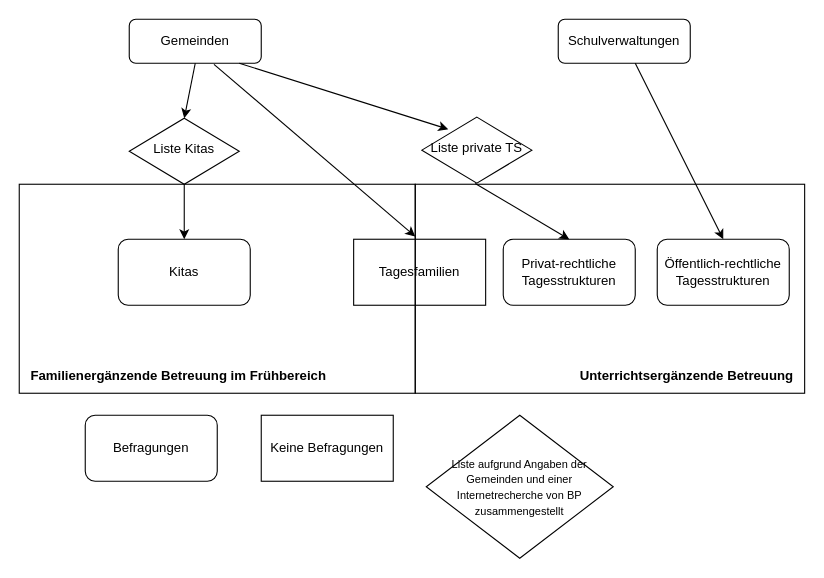
Before: uebersicht_erhebung_2018.drawio in oliviablo/Rconfig, a draw.io diagram. Source tidied: cells renumbered, new cells numbered last; positions are measured from the earlier drawing's top-left corner, leaving out a move shared by most shapes. Both pictures are drawn from the tidied source at 110%, with x=0, y=0 at pixel (19, 19).
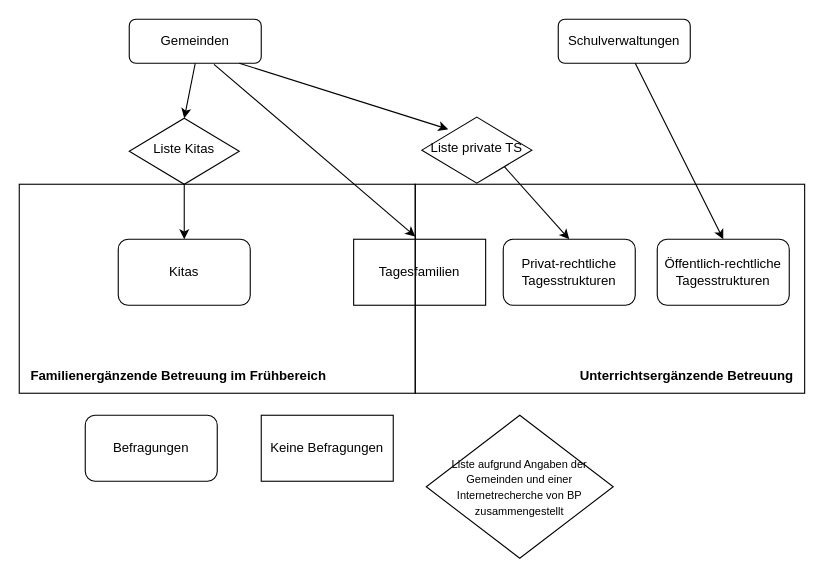
After the change.

Unchanged cells that the change refers to:
```xml
<mxCell id="2" value="&lt;div&gt;&lt;br&gt;&lt;/div&gt;&lt;div&gt;&lt;br&gt;&lt;/div&gt;&lt;div&gt;&lt;br&gt;&lt;/div&gt;&lt;div&gt;&lt;br&gt;&lt;/div&gt;&lt;div&gt;&lt;br&gt;&lt;/div&gt;&lt;div&gt;&lt;br&gt;&lt;/div&gt;&lt;div&gt;&lt;br&gt;&lt;/div&gt;&lt;div&gt;&lt;br&gt;&lt;/div&gt;&lt;div&gt;&lt;br&gt;&lt;/div&gt;&lt;div&gt;&lt;br&gt;&lt;/div&gt;&lt;div&gt;&lt;br&gt;&lt;/div&gt;&lt;div&gt;&amp;nbsp; &amp;nbsp; &amp;nbsp; &amp;nbsp; &amp;nbsp; &amp;nbsp; &amp;nbsp; &amp;nbsp; &amp;nbsp; &amp;nbsp; &amp;nbsp; &amp;nbsp; &amp;nbsp; &amp;nbsp; &amp;nbsp; &amp;nbsp; &amp;nbsp; &amp;nbsp; &amp;nbsp; &amp;nbsp; &amp;nbsp;&lt;b&gt; Unterrichtsergänzende Betreuung&lt;/b&gt;&lt;/div&gt;" style="rounded=0;whiteSpace=wrap;html=1;fillColor=none;" parent="1" vertex="1">
  <mxGeometry x="360" y="150" width="354" height="190" as="geometry" />
</mxCell>
<mxCell id="8" value="Privat-rechtliche Tagesstrukturen" style="rounded=1;whiteSpace=wrap;html=1;fillColor=none;" parent="1" vertex="1">
  <mxGeometry x="440" y="200" width="120" height="60" as="geometry" />
</mxCell>
<mxCell id="21" value="Liste private TS" style="rhombus;whiteSpace=wrap;html=1;shadow=0;fontFamily=Helvetica;fontSize=12;align=center;strokeWidth=1;spacing=6;spacingTop=-4;fillColor=none;" parent="1" vertex="1">
  <mxGeometry x="366" y="89" width="100" height="60" as="geometry" />
</mxCell>
```

The edit, as a diff of the source:
```diff
@@
-    <mxCell id="17" style="endArrow=classic;html=1;rounded=0;entryX=0.5;entryY=0;entryDx=0;entryDy=0;exitX=0.154;exitY=-0.004;exitDx=0;exitDy=0;exitPerimeter=0;" parent="1" edge="1" source="2" target="8">
-      <mxGeometry relative="1" as="geometry" />
+    <mxCell id="17" style="endArrow=classic;html=1;rounded=0;exitX=1;exitY=1;exitDx=0;exitDy=0;" parent="1" edge="1" source="21">
+      <mxGeometry relative="1" as="geometry">
+        <mxPoint x="500" y="200" as="targetPoint" />
+      </mxGeometry>
     </mxCell>
```
